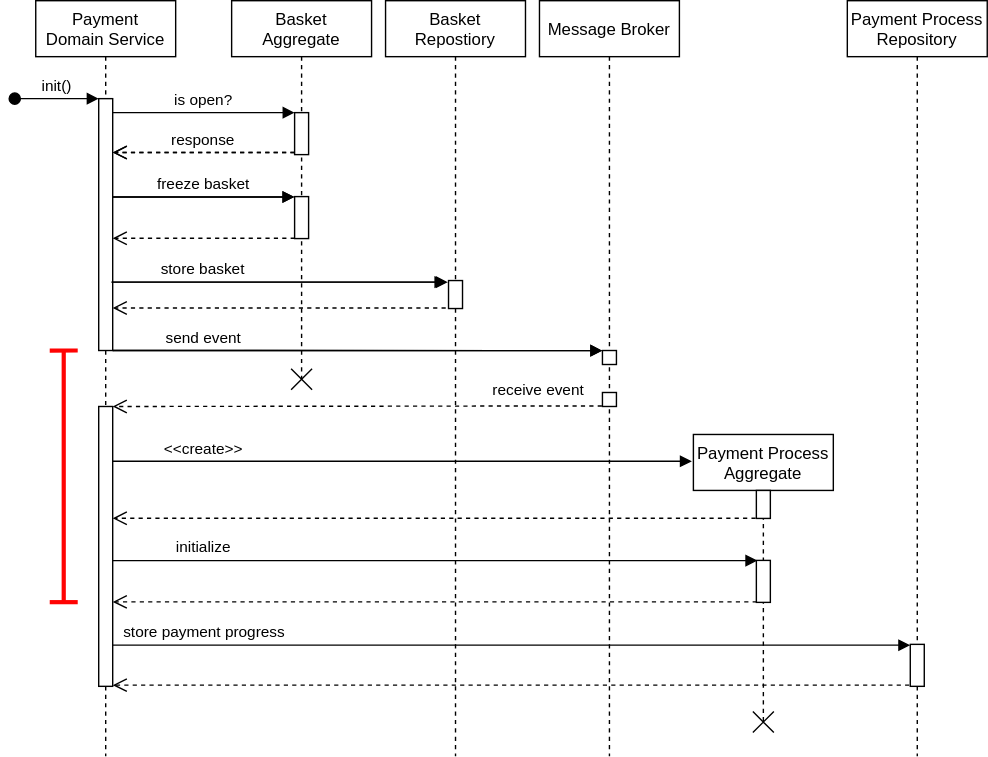
Before: svg/VarC Sequenz.svg, a diagram exported from draw.io (Thalmaier/bachelor-thesis). Source tidied: cells renumbered, new cells last; positions are measured from the earlier drawing's top-left corner, leaving out a move shared by most shapes.
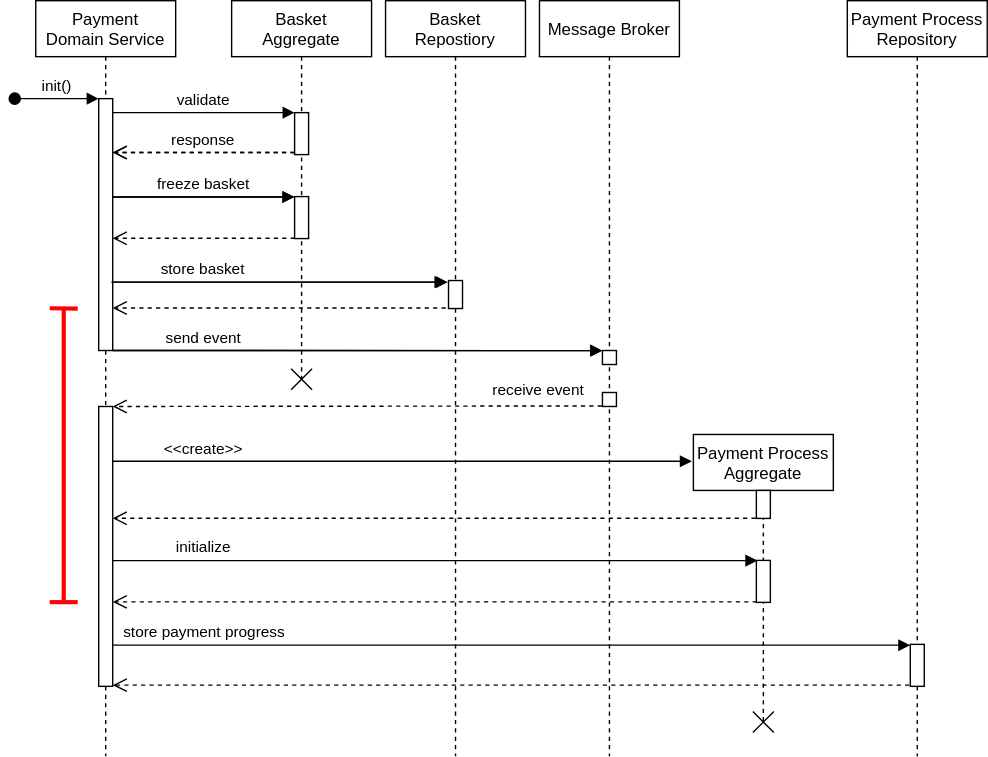
The same file after the commit.

What changed in the source:
```diff
@@ -28,7 +28,7 @@
     <mxCell id="9" value="response" style="verticalAlign=bottom;endArrow=open;dashed=1;endSize=8;exitX=0;exitY=0.95;shadow=0;strokeWidth=1;fontColor=#000000;strokeColor=#000000;backgroundColor=#FFFFFF;labelBackgroundColor=#FFFFFF;" parent="1" edge="1" source="6" target="3">
       <mxGeometry relative="1" as="geometry" />
     </mxCell>
-    <mxCell id="10" value="is open?" style="verticalAlign=bottom;endArrow=block;entryX=0;entryY=0;shadow=0;strokeWidth=1;fontColor=#000000;strokeColor=#000000;labelBackgroundColor=#FFFFFF;" parent="1" edge="1" source="3" target="6">
+    <mxCell id="10" value="validate" style="verticalAlign=bottom;endArrow=block;entryX=0;entryY=0;shadow=0;strokeWidth=1;fontColor=#000000;strokeColor=#000000;labelBackgroundColor=#FFFFFF;" parent="1" edge="1" source="3" target="6">
       <mxGeometry relative="1" as="geometry" />
     </mxCell>
     <mxCell id="11" value="Payment Process&#10;Aggregate" style="shape=umlLifeline;perimeter=lifelinePerimeter;rounded=0;shadow=0;strokeWidth=1;fillColor=#FFFFFF;strokeColor=#000000;" parent="1" vertex="1">
@@ -102,17 +102,17 @@
     <mxCell id="32" style="endArrow=none;rounded=0;fontColor=#FF0303;strokeColor=#FF0303;fillColor=#f8cecc;strokeWidth=3;" parent="1" edge="1">
       <mxGeometry relative="1" as="geometry">
         <mxPoint x="35" y="290" as="sourcePoint" />
-        <mxPoint x="35" y="250" as="targetPoint" />
+        <mxPoint x="35" y="220" as="targetPoint" />
         <Array as="points">
           <mxPoint x="35" y="430" />
         </Array>
       </mxGeometry>
     </mxCell>
-    <mxCell id="33" style="endArrow=none;rounded=0;fontColor=#FF0303;strokeColor=#FF0303;fillColor=#f8cecc;strokeWidth=3;entryX=0.1;entryY=0.463;entryDx=0;entryDy=0;entryPerimeter=0;" parent="1" edge="1" target="2">
+    <mxCell id="33" style="endArrow=none;rounded=0;fontColor=#FF0303;strokeColor=#FF0303;fillColor=#f8cecc;strokeWidth=3;entryX=0.1;entryY=0.407;entryDx=0;entryDy=0;entryPerimeter=0;" parent="1" edge="1" target="2">
       <mxGeometry relative="1" as="geometry">
-        <mxPoint x="45" y="250" as="sourcePoint" />
+        <mxPoint x="45" y="220" as="sourcePoint" />
         <Array as="points">
-          <mxPoint x="45" y="250" />
+          <mxPoint x="45" y="220" />
         </Array>
       </mxGeometry>
     </mxCell>
```
